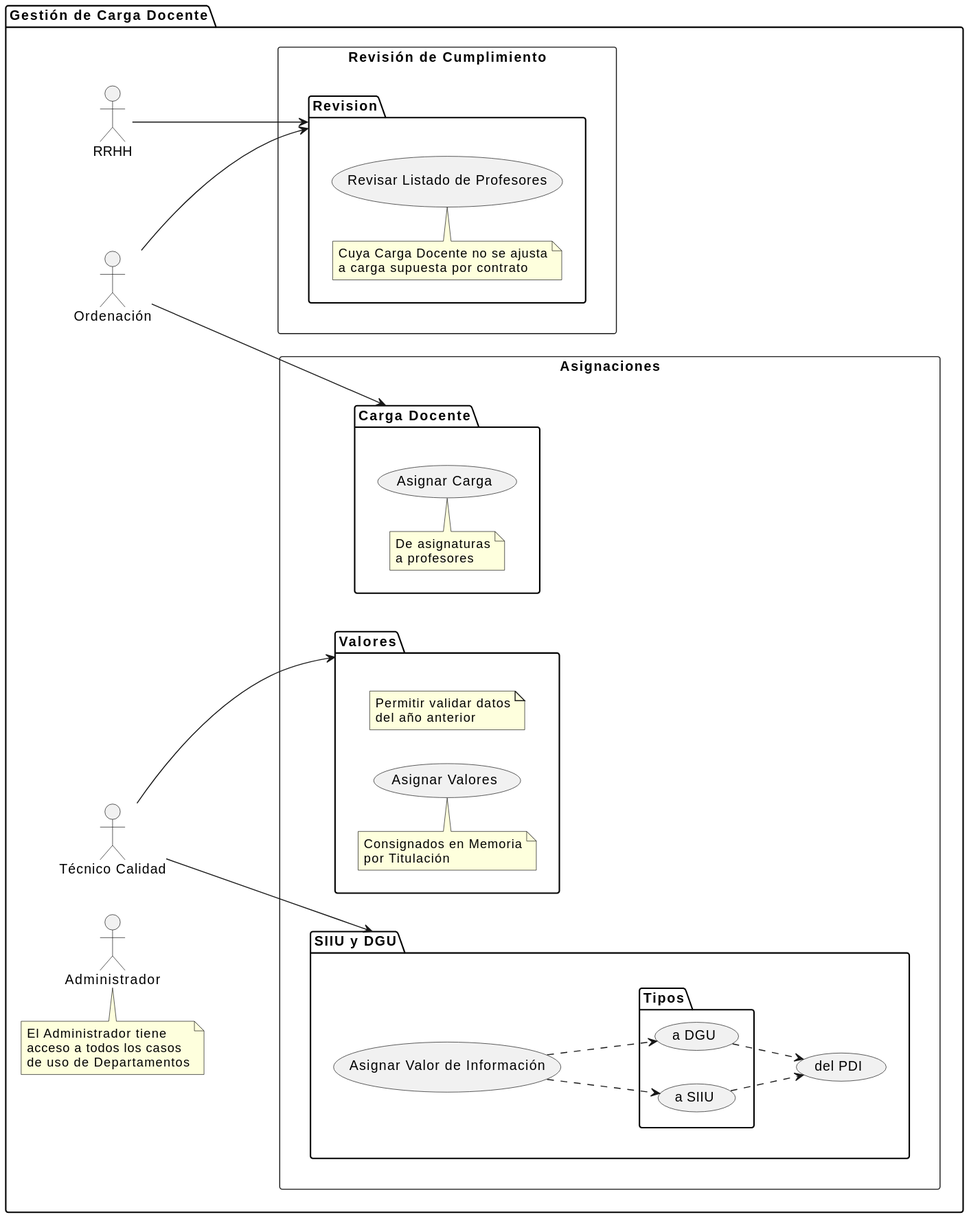
mmasias/24-25-IdSw1-SDR keeps this PlantUML diagram as images/modelosUML/CdU/CargaDocente.svg. Above is the earlier version.
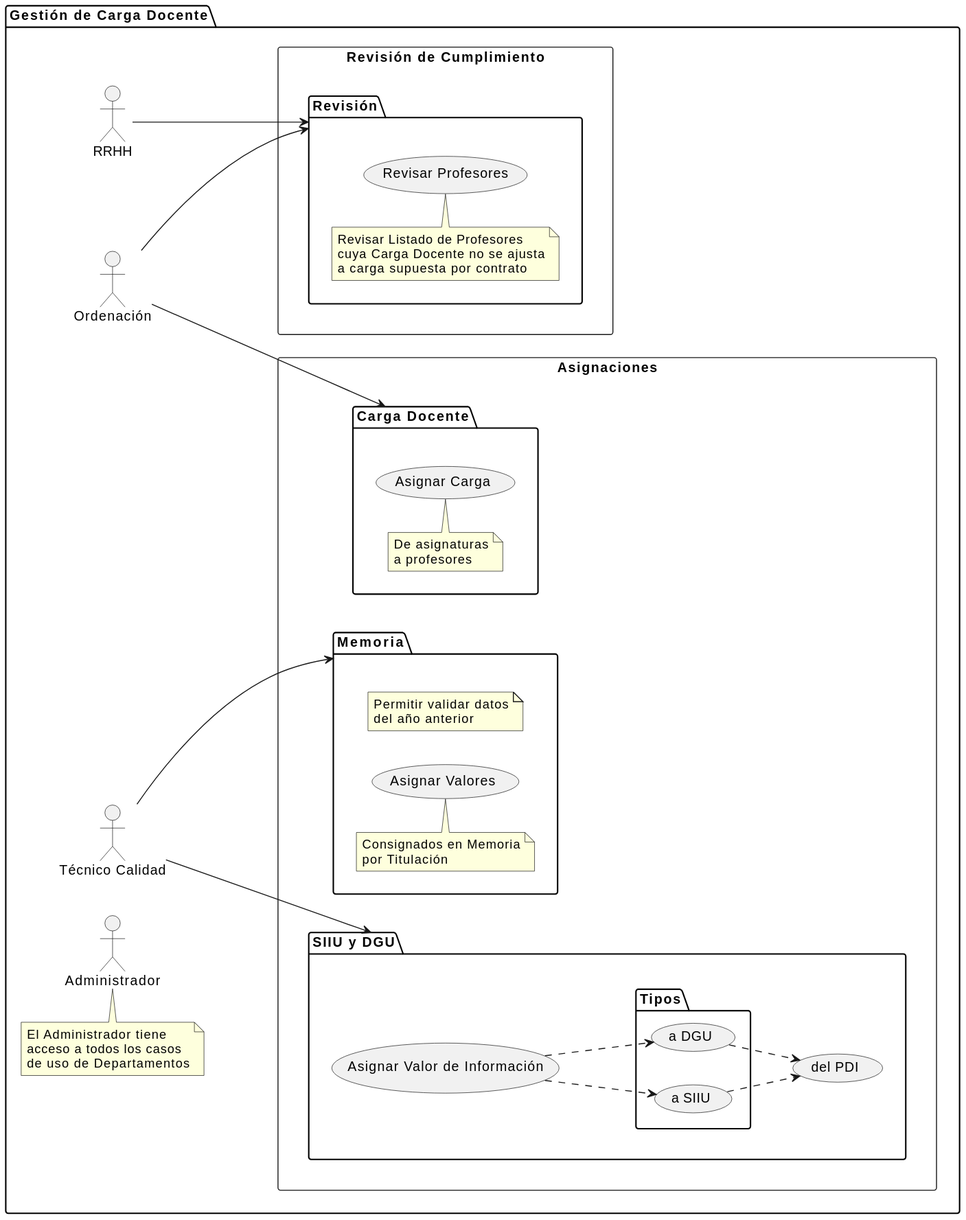
Above is the later version.

What changed in the source:
```diff
@@ -16,7 +16,7 @@
             end note
         }
 
-        package "Valores" as valoresPackage {
+        package "Memoria" as valoresPackage {
             usecase "Asignar Valores" as asignarValores
             note top of asignarValores
                 Consignados en Memoria
@@ -40,10 +40,11 @@
     }
 
     rectangle "Revisión de Cumplimiento" {
-        package "Revision" as revisionPackage {
-            usecase "Revisar Listado de Profesores" as revisarCarga
+        package "Revisión" as revisionPackage {
+            usecase "Revisar Profesores" as revisarCarga
             note top of revisarCarga
-                Cuya Carga Docente no se ajusta
+                Revisar Listado de Profesores
+                cuya Carga Docente no se ajusta
                 a carga supuesta por contrato
             end note
         }
```
